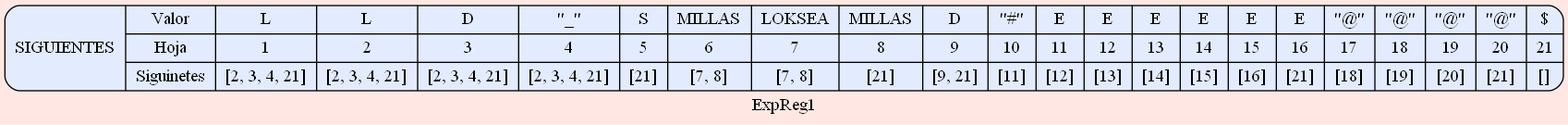
Earlier version of the Graphviz export SIGUIENTES_202000119/Siguientes_ExpReg1.png (SergieArizandieta/OLC1-P1-202000119). Its source is kept beside it as SIGUIENTES_202000119/Siguientes_ExpReg1.dot. Source of this version:
```dot
digraph structs {
  bgcolor = "#FFE8E3"
 node [shape=Mrecord fillcolor="#E3EBFF" style =filled];
label ="ExpReg1"
struct1 [label="SIGUIENTES| { Valor | Hoja| Siguinetes } |
{ L| 1 | [2, 3, 4, 21]}|
{ L| 2 | [2, 3, 4, 21]}|
{ D| 3 | [2, 3, 4, 21]}|
{ \"_\"| 4 | [2, 3, 4, 21]}|
{ S| 5 | [21]}|
{ MILLAS| 6 | [7, 8]}|
{ LOKSEA| 7 | [7, 8]}|
{ MILLAS| 8 | [21]}|
{ D| 9 | [9, 21]}|
{ \"#\"| 10 | [11]}|
{ E| 11 | [12]}|
{ E| 12 | [13]}|
{ E| 13 | [14]}|
{ E| 14 | [15]}|
{ E| 15 | [16]}|
{ E| 16 | [21]}|
{ \"@\"| 17 | [18]}|
{ \"@\"| 18 | [19]}|
{ \"@\"| 19 | [20]}|
{ \"@\"| 20 | [21]}|
{ $| 21 | []}
"];
 }
```
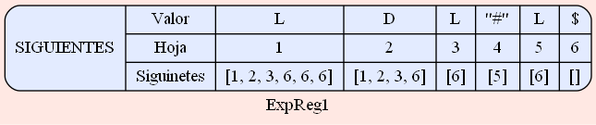
The same diagram one commit later.

The edit, as a diff of the source:
```diff
@@ -3,26 +3,11 @@
  node [shape=Mrecord fillcolor="#E3EBFF" style =filled];
 label ="ExpReg1"
 struct1 [label="SIGUIENTES| { Valor | Hoja| Siguinetes } |
-{ L| 1 | [2, 3, 4, 21]}|
-{ L| 2 | [2, 3, 4, 21]}|
-{ D| 3 | [2, 3, 4, 21]}|
-{ \"_\"| 4 | [2, 3, 4, 21]}|
-{ S| 5 | [21]}|
-{ MILLAS| 6 | [7, 8]}|
-{ LOKSEA| 7 | [7, 8]}|
-{ MILLAS| 8 | [21]}|
-{ D| 9 | [9, 21]}|
-{ \"#\"| 10 | [11]}|
-{ E| 11 | [12]}|
-{ E| 12 | [13]}|
-{ E| 13 | [14]}|
-{ E| 14 | [15]}|
-{ E| 15 | [16]}|
-{ E| 16 | [21]}|
-{ \"@\"| 17 | [18]}|
-{ \"@\"| 18 | [19]}|
-{ \"@\"| 19 | [20]}|
-{ \"@\"| 20 | [21]}|
-{ $| 21 | []}
+{ L| 1 | [1, 2, 3, 6, 6, 6]}|
+{ D| 2 | [1, 2, 3, 6]}|
+{ L| 3 | [6]}|
+{ \"#\"| 4 | [5]}|
+{ L| 5 | [6]}|
+{ $| 6 | []}
 "];
  }
```
